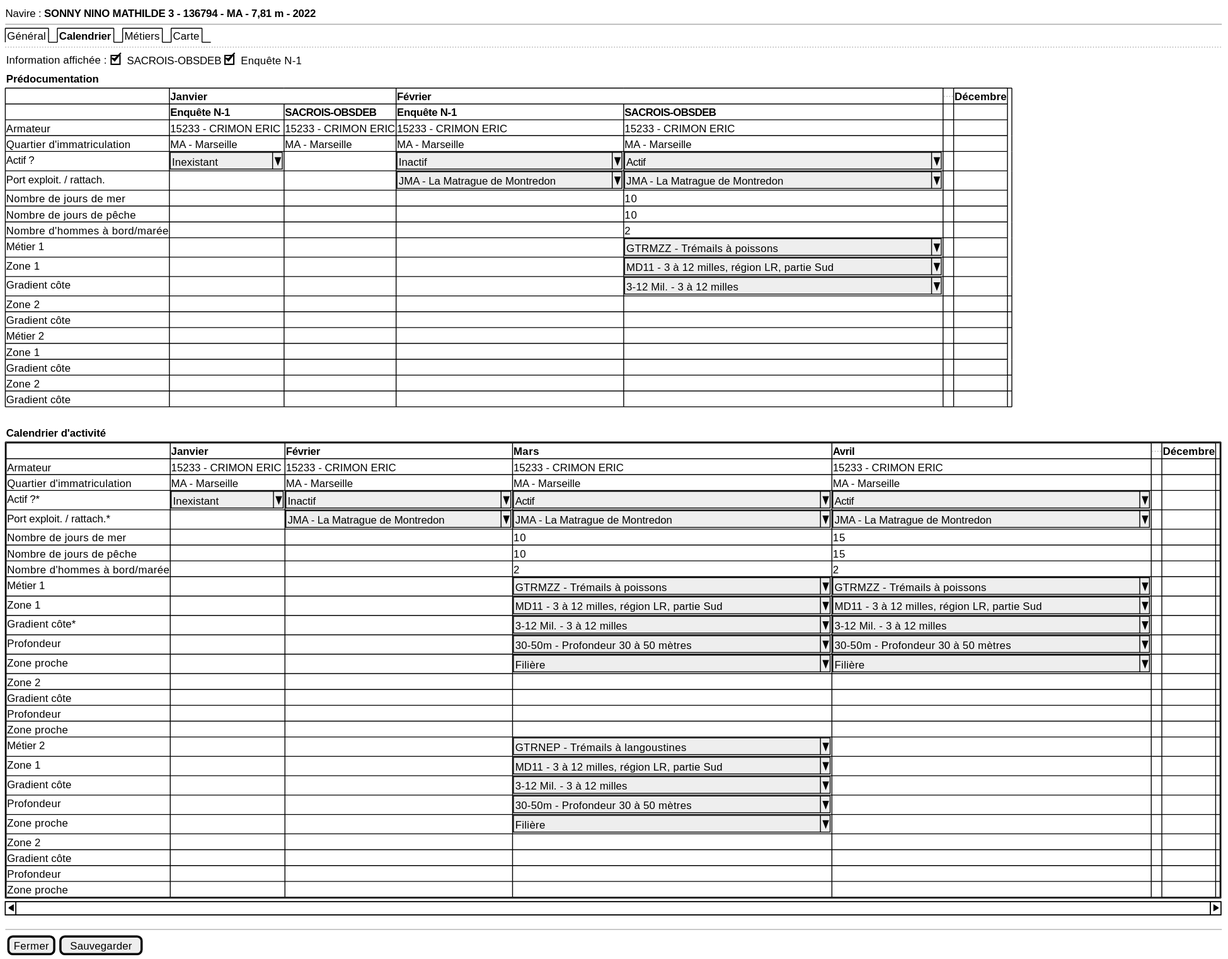
Earlier version of the PlantUML export projects/activity-calendar/spe/images/activity-calendar-new.svg (sumaris-net/sumaris-doc).
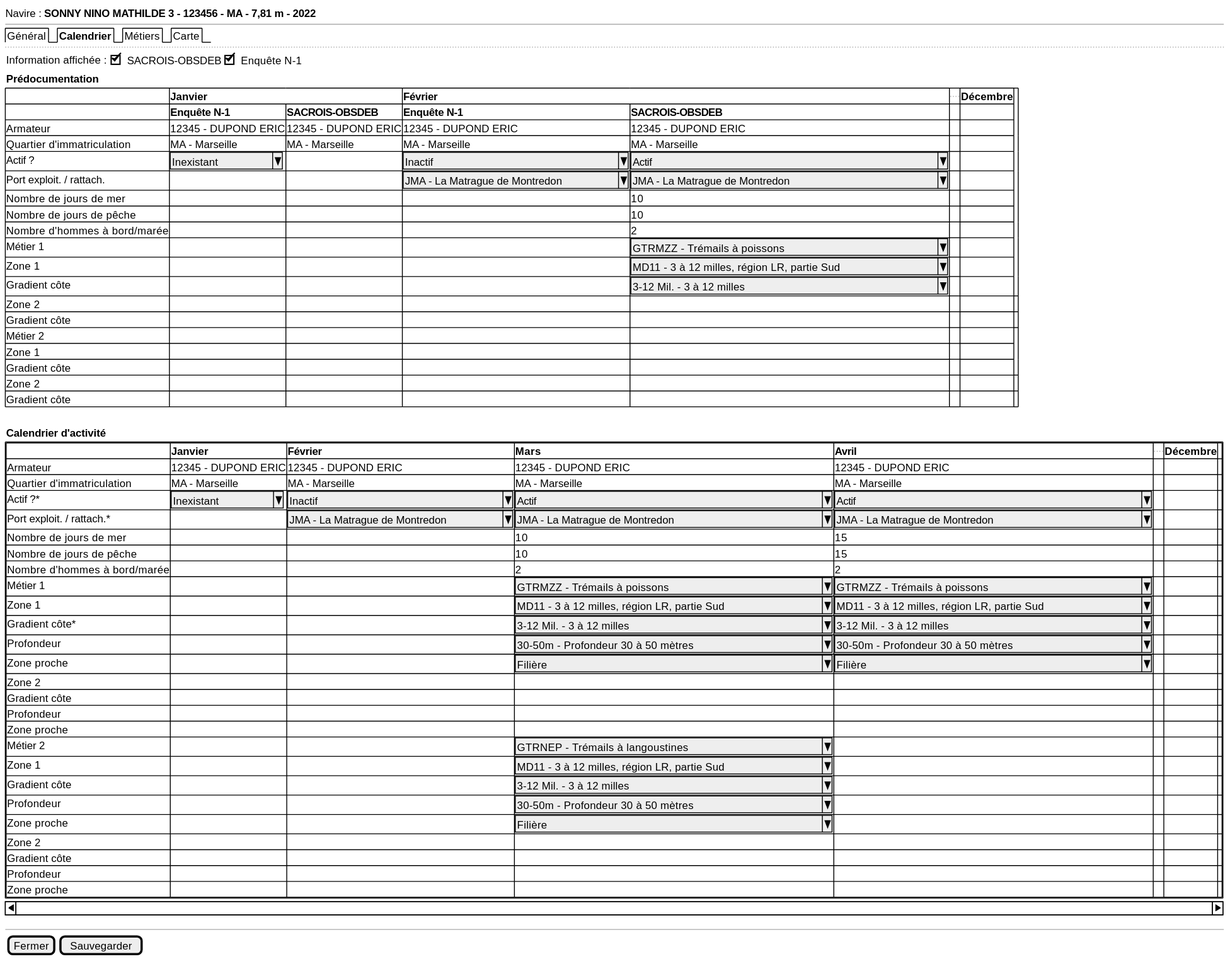
After the change.

The edit, as a diff of the source:
```diff
@@ -1,6 +1,6 @@
 @startsalt
 {
-  Navire : <b>SONNY NINO MATHILDE 3 - 136794 - MA - 7,81 m - 2022
+  Navire : <b>SONNY NINO MATHILDE 3 - 123456 - MA - 7,81 m - 2022
   --
   {/ Général | <b>Calendrier | Métiers | Carte}
   ..
@@ -10,7 +10,7 @@
   	{#
      . | <b>Janvier | * | <b>Février | * | ... | <b>Décembre
      . | <b>Enquête N-1 | <b>SACROIS-OBSDEB | <b>Enquête N-1 | <b>SACROIS-OBSDEB | . | .
-     Armateur | 15233 - CRIMON ERIC | 15233 - CRIMON ERIC | 15233 - CRIMON ERIC | 15233 - CRIMON ERIC | . | .
+     Armateur | 12345 - DUPOND ERIC | 12345 - DUPOND ERIC | 12345 - DUPOND ERIC | 12345 - DUPOND ERIC | . | .
      Quartier d'immatriculation | MA - Marseille | MA - Marseille | MA - Marseille | MA - Marseille | . | .
      Actif ? | ^Inexistant    ^ | . | ^Inactif                       ^ | ^Actif                                      ^ | . | .
      Port exploit. / rattach. | . | . | ^JMA - La Matrague de Montredon^| ^JMA - La Matrague de Montredon             ^ | . | .
@@ -34,7 +34,7 @@
 	{S-
 	{#
      . | <b>Janvier | <b>Février | <b>Mars | <b>Avril| ... | <b>Décembre
-     Armateur | 15233 - CRIMON ERIC | 15233 - CRIMON ERIC | 15233 - CRIMON ERIC | 15233 - CRIMON ERIC | . | . | .
+     Armateur | 12345 - DUPOND ERIC | 12345 - DUPOND ERIC | 12345 - DUPOND ERIC | 12345 - DUPOND ERIC | . | . | .
      Quartier d'immatriculation | MA - Marseille | MA - Marseille | MA - Marseille | MA - Marseille | . | . | .
      Actif ?* | ^Inexistant    ^| ^Inactif                       ^| ^Actif                                      ^ | ^Actif                                      ^| . | . | .
      Port exploit. / rattach.* | . | ^JMA - La Matrague de Montredon^ | ^JMA - La Matrague de Montredon             ^ | ^JMA - La Matrague de Montredon             ^| . | . | .
```
